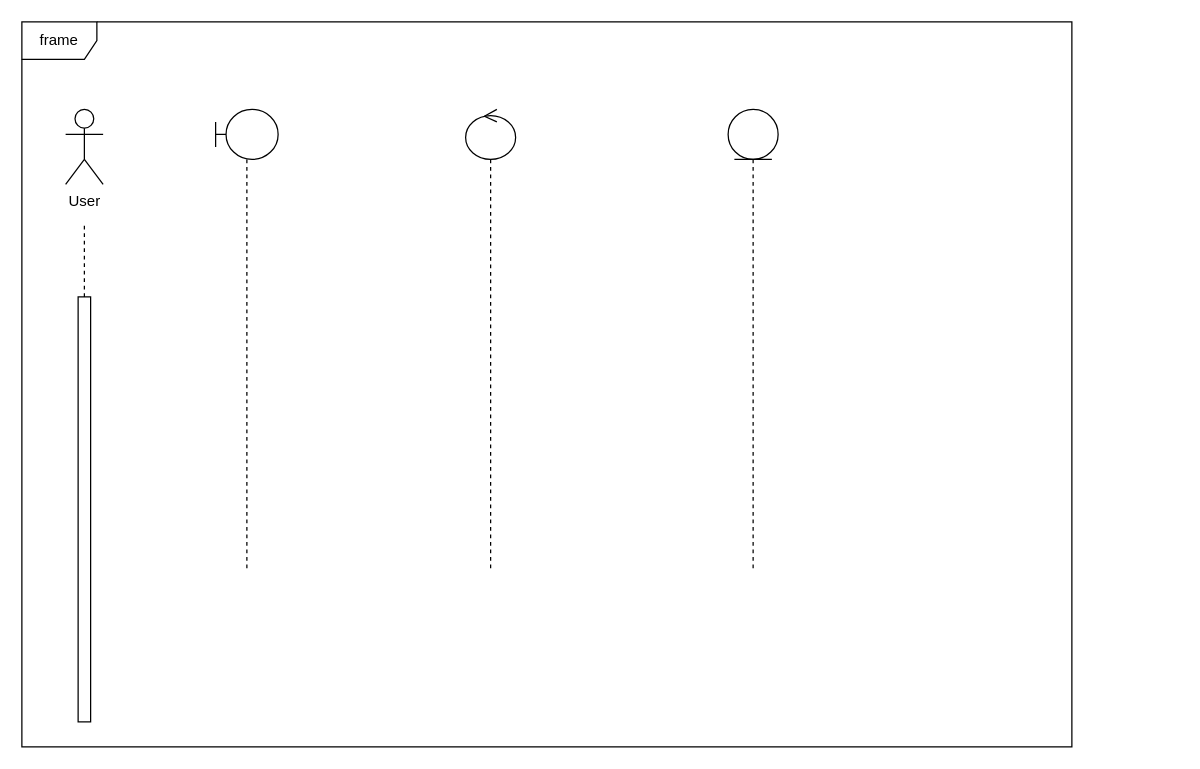
The draw.io diagram sed.drawio in AldoGunawan/kp-tapung, before the edit. Source tidied: cells renumbered, new cells numbered last; positions are measured from the earlier drawing's top-left corner, leaving out a move shared by most shapes. Both pictures are drawn from the tidied source at 125%, with x=0, y=0 at pixel (21, 21).
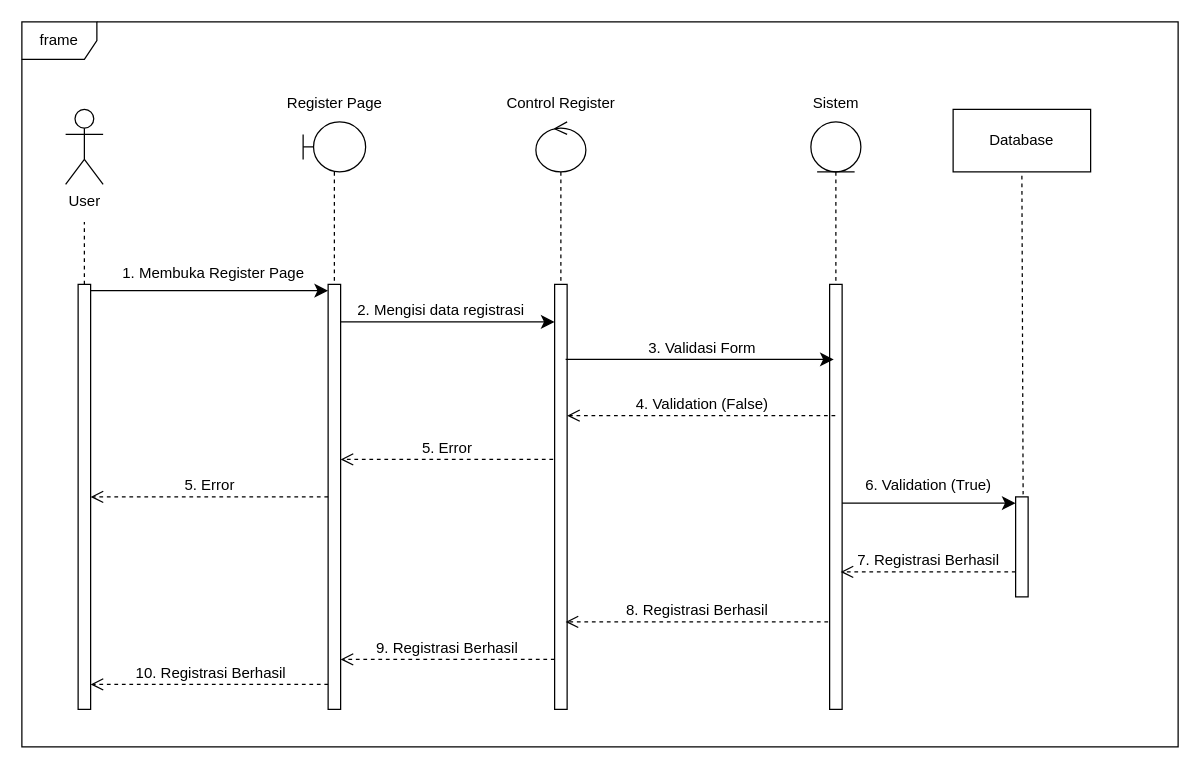
The same diagram, later.

Change to the diagram source:
```diff
@@
     <mxCell id="2" value="frame" style="shape=umlFrame;whiteSpace=wrap;html=1;" parent="1" vertex="1">
-      <mxGeometry width="840" height="580" as="geometry" />
+      <mxGeometry width="925" height="580" as="geometry" />
     </mxCell>
@@
+    <mxCell id="9" style="edgeStyle=none;curved=0;rounded=0;jettySize=auto;html=1;exitX=1;exitY=0;exitDx=0;exitDy=5;exitPerimeter=0;fontSize=12;startSize=8;endSize=8;" parent="1" edge="1" source="4" target="11">
+      <mxGeometry relative="1" as="geometry" />
+    </mxCell>
+    <mxCell id="10" value="1. Membuka Register Page" style="edgeLabel;html=1;align=center;verticalAlign=middle;fontSize=12;" parent="9" vertex="1">
+      <mxGeometry x="0.02" y="-2" relative="1" as="geometry">
+        <mxPoint y="-17" as="offset" />
+      </mxGeometry>
+    </mxCell>
     <mxCell id="4" style="html=1;points=[[0,0,0,0,5],[0,1,0,0,-5],[1,0,0,0,5],[1,1,0,0,-5]];perimeter=orthogonalPerimeter;outlineConnect=0;targetShapes=umlLifeline;portConstraint=eastwest;newEdgeStyle={&quot;curved&quot;:0,&quot;rounded&quot;:0};" parent="1" vertex="1">
-      <mxGeometry x="45" y="220" width="10" height="340" as="geometry" />
+      <mxGeometry x="45" y="210" width="10" height="340" as="geometry" />
     </mxCell>
@@
     <mxCell id="6" style="shape=umlLifeline;perimeter=lifelinePerimeter;whiteSpace=wrap;html=1;newEdgeStyle={&quot;curved&quot;:0,&quot;rounded&quot;:0};participant=umlBoundary;" parent="1" vertex="1">
-      <mxGeometry x="155" y="70" width="50" height="370" as="geometry" />
+      <mxGeometry x="225" y="80" width="50" height="420" as="geometry" />
     </mxCell>
+    <mxCell id="11" style="html=1;points=[[0,0,0,0,5],[0,1,0,0,-5],[1,0,0,0,5],[1,1,0,0,-5]];perimeter=orthogonalPerimeter;outlineConnect=0;targetShapes=umlLifeline;portConstraint=eastwest;newEdgeStyle={&quot;curved&quot;:0,&quot;rounded&quot;:0};" parent="6" vertex="1">
+      <mxGeometry x="20" y="130" width="10" height="340" as="geometry" />
+    </mxCell>
     <mxCell id="7" style="shape=umlLifeline;perimeter=lifelinePerimeter;whiteSpace=wrap;html=1;newEdgeStyle={&quot;curved&quot;:0,&quot;rounded&quot;:0};participant=umlControl;" parent="1" vertex="1">
-      <mxGeometry x="355" y="70" width="40" height="370" as="geometry" />
+      <mxGeometry x="411.2" y="80" width="40" height="470" as="geometry" />
     </mxCell>
+    <mxCell id="12" style="html=1;points=[[0,0,0,0,5],[0,1,0,0,-5],[1,0,0,0,5],[1,1,0,0,-5]];perimeter=orthogonalPerimeter;outlineConnect=0;targetShapes=umlLifeline;portConstraint=eastwest;newEdgeStyle={&quot;curved&quot;:0,&quot;rounded&quot;:0};" parent="7" vertex="1">
+      <mxGeometry x="15" y="130" width="10" height="340" as="geometry" />
+    </mxCell>
     <mxCell id="8" style="shape=umlLifeline;perimeter=lifelinePerimeter;whiteSpace=wrap;html=1;outlineConnect=0;portConstraint=eastwest;newEdgeStyle={&quot;curved&quot;:0,&quot;rounded&quot;:0};participant=umlEntity;" parent="1" vertex="1">
-      <mxGeometry x="565" y="70" width="40" height="370" as="geometry" />
+      <mxGeometry x="631.2" y="80" width="40" height="470" as="geometry" />
     </mxCell>
+    <mxCell id="13" style="html=1;points=[[0,0,0,0,5],[0,1,0,0,-5],[1,0,0,0,5],[1,1,0,0,-5]];perimeter=orthogonalPerimeter;outlineConnect=0;targetShapes=umlLifeline;portConstraint=eastwest;newEdgeStyle={&quot;curved&quot;:0,&quot;rounded&quot;:0};" parent="8" vertex="1">
+      <mxGeometry x="15" y="130" width="10" height="340" as="geometry" />
+    </mxCell>
+    <mxCell id="14" value="Register Page" style="text;html=1;align=center;verticalAlign=middle;whiteSpace=wrap;rounded=0;" parent="1" vertex="1">
+      <mxGeometry x="207.5" y="50" width="85" height="30" as="geometry" />
+    </mxCell>
+    <mxCell id="15" value="Control Register" style="text;html=1;align=center;verticalAlign=middle;whiteSpace=wrap;rounded=0;" parent="1" vertex="1">
+      <mxGeometry x="385" y="50" width="92.5" height="30" as="geometry" />
+    </mxCell>
+    <mxCell id="16" value="Sistem" style="text;html=1;align=center;verticalAlign=middle;whiteSpace=wrap;rounded=0;" parent="1" vertex="1">
+      <mxGeometry x="605" y="50" width="92.5" height="30" as="geometry" />
+    </mxCell>
+    <mxCell id="17" style="edgeStyle=none;curved=0;rounded=0;orthogonalLoop=1;jettySize=auto;html=1;exitX=1;exitY=0;exitDx=0;exitDy=5;exitPerimeter=0;fontSize=12;startSize=8;endSize=8;" parent="1" edge="1">
+      <mxGeometry relative="1" as="geometry">
+        <mxPoint x="255" y="240" as="sourcePoint" />
+        <mxPoint x="426.2" y="240" as="targetPoint" />
+      </mxGeometry>
+    </mxCell>
+    <mxCell id="18" value="2. Mengisi data registrasi" style="edgeLabel;html=1;align=center;verticalAlign=middle;fontSize=12;" parent="17" vertex="1">
+      <mxGeometry x="-0.08" y="1" relative="1" as="geometry">
+        <mxPoint y="-9" as="offset" />
+      </mxGeometry>
+    </mxCell>
+    <mxCell id="19" style="edgeStyle=none;curved=0;rounded=0;orthogonalLoop=1;jettySize=auto;html=1;exitX=1;exitY=0;exitDx=0;exitDy=5;exitPerimeter=0;fontSize=12;startSize=8;endSize=8;" parent="1" edge="1">
+      <mxGeometry relative="1" as="geometry">
+        <mxPoint x="435" y="270" as="sourcePoint" />
+        <mxPoint x="649.5" y="270" as="targetPoint" />
+      </mxGeometry>
+    </mxCell>
+    <mxCell id="20" value="3. Validasi Form" style="edgeLabel;html=1;align=center;verticalAlign=middle;fontSize=12;" parent="19" vertex="1">
+      <mxGeometry x="0.01" y="-2" relative="1" as="geometry">
+        <mxPoint y="-12" as="offset" />
+      </mxGeometry>
+    </mxCell>
+    <mxCell id="21" value="Database" style="html=1;whiteSpace=wrap;" parent="1" vertex="1">
+      <mxGeometry x="745" y="70" width="110" height="50" as="geometry" />
+    </mxCell>
+    <mxCell id="22" value="4. Validation (False)" style="html=1;verticalAlign=bottom;endArrow=open;dashed=1;endSize=8;curved=0;rounded=0;fontSize=12;" parent="1" edge="1" source="8" target="12">
+      <mxGeometry relative="1" as="geometry" />
+    </mxCell>
+    <mxCell id="23" style="html=1;points=[[0,0,0,0,5],[0,1,0,0,-5],[1,0,0,0,5],[1,1,0,0,-5]];perimeter=orthogonalPerimeter;outlineConnect=0;targetShapes=umlLifeline;portConstraint=eastwest;newEdgeStyle={&quot;curved&quot;:0,&quot;rounded&quot;:0};" parent="1" vertex="1">
+      <mxGeometry x="795" y="380" width="10" height="80" as="geometry" />
+    </mxCell>
+    <mxCell id="24" style="endArrow=none;dashed=1;html=1;rounded=0;fontSize=12;startSize=8;endSize=8;curved=1;entryX=0.5;entryY=1;entryDx=0;entryDy=0;exitX=0.6;exitY=-0.025;exitDx=0;exitDy=0;exitPerimeter=0;" parent="1" edge="1" source="23" target="21">
+      <mxGeometry relative="1" as="geometry" />
+    </mxCell>
+    <mxCell id="25" style="edgeStyle=none;curved=0;rounded=0;jettySize=auto;html=1;entryX=0;entryY=0;entryDx=0;entryDy=5;entryPerimeter=0;fontSize=12;startSize=8;endSize=8;" parent="1" edge="1" source="13" target="23">
+      <mxGeometry relative="1" as="geometry" />
+    </mxCell>
+    <mxCell id="26" value="6. Validation (True)" style="edgeLabel;html=1;align=center;verticalAlign=middle;fontSize=12;" parent="25" vertex="1">
+      <mxGeometry x="-0.1" y="-1" relative="1" as="geometry">
+        <mxPoint x="6" y="-16" as="offset" />
+      </mxGeometry>
+    </mxCell>
+    <mxCell id="27" value="7. Registrasi Berhasil" style="html=1;verticalAlign=bottom;endArrow=open;dashed=1;endSize=8;curved=0;rounded=0;fontSize=12;" parent="1" edge="1" source="23">
+      <mxGeometry relative="1" as="geometry">
+        <mxPoint x="655" y="440" as="targetPoint" />
+      </mxGeometry>
+    </mxCell>
+    <mxCell id="28" value="5. Error" style="html=1;verticalAlign=bottom;endArrow=open;dashed=1;endSize=8;curved=0;rounded=0;fontSize=12;" parent="1" edge="1">
+      <mxGeometry relative="1" as="geometry">
+        <mxPoint x="425" y="350" as="sourcePoint" />
+        <mxPoint x="255" y="350" as="targetPoint" />
+      </mxGeometry>
+    </mxCell>
+    <mxCell id="29" value="8. Registrasi Berhasil" style="html=1;verticalAlign=bottom;endArrow=open;dashed=1;endSize=8;curved=0;rounded=0;fontSize=12;" parent="1" edge="1">
+      <mxGeometry relative="1" as="geometry">
+        <mxPoint x="645" y="480" as="sourcePoint" />
+        <mxPoint x="435" y="480" as="targetPoint" />
+      </mxGeometry>
+    </mxCell>
+    <mxCell id="30" value="9. Registrasi Berhasil" style="html=1;verticalAlign=bottom;endArrow=open;dashed=1;endSize=8;curved=0;rounded=0;fontSize=12;" parent="1" edge="1" source="12">
+      <mxGeometry relative="1" as="geometry">
+        <mxPoint x="255" y="510" as="targetPoint" />
+        <Array as="points">
+          <mxPoint x="255" y="510" />
+        </Array>
+      </mxGeometry>
+    </mxCell>
+    <mxCell id="31" value="5. Error" style="html=1;verticalAlign=bottom;endArrow=open;dashed=1;endSize=8;curved=0;rounded=0;fontSize=12;" parent="1" edge="1" source="11" target="4">
+      <mxGeometry relative="1" as="geometry" />
+    </mxCell>
+    <mxCell id="32" value="10. Registrasi Berhasil" style="html=1;verticalAlign=bottom;endArrow=open;dashed=1;endSize=8;curved=0;rounded=0;fontSize=12;" parent="1" edge="1">
+      <mxGeometry x="-0.01" relative="1" as="geometry">
+        <mxPoint x="245" y="530" as="sourcePoint" />
+        <mxPoint x="55" y="530" as="targetPoint" />
+      </mxGeometry>
+    </mxCell>
```
